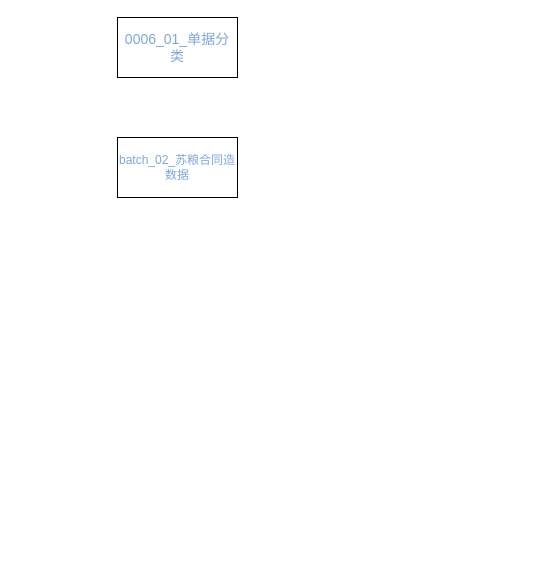
Before: page "第 1 页" (2 of 2) of TagTaskRelationship.drawio in Saiable/drawio, a draw.io diagram. Source tidied: cells renumbered, new cells numbered last; positions are measured from the earlier drawing's top-left corner, leaving out a move shared by most shapes. Both pictures are drawn from the tidied source at 100%, with x=0, y=0 at pixel (117, 17).
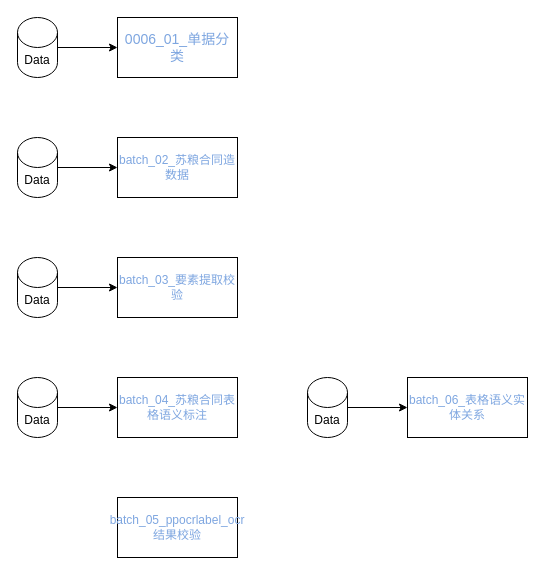
Above is the later version.

What changed in the source:
```diff
@@
 <mxGraphModel>
   <root>
     <mxCell id="0" />
     <mxCell id="1" parent="0" />
     <mxCell id="2" value="&lt;font style=&quot;font-size: 14px;&quot;&gt;0006_01_单据分类&lt;/font&gt;" style="rounded=0;whiteSpace=wrap;html=1;fontColor=#7EA6E0;" parent="1" vertex="1">
       <mxGeometry width="120" height="60" as="geometry" />
     </mxCell>
     <mxCell id="3" value="batch_02_苏粮合同造数据" style="rounded=0;whiteSpace=wrap;html=1;fontColor=#7EA6E0;" parent="1" vertex="1">
       <mxGeometry y="120" width="120" height="60" as="geometry" />
     </mxCell>
+    <mxCell id="4" value="batch_03_要素提取校验" style="rounded=0;whiteSpace=wrap;html=1;fontColor=#7EA6E0;" parent="1" vertex="1">
+      <mxGeometry y="240" width="120" height="60" as="geometry" />
+    </mxCell>
+    <mxCell id="5" style="edgeStyle=orthogonalEdgeStyle;rounded=0;jettySize=auto;html=1;" parent="1" edge="1" source="6" target="2">
+      <mxGeometry relative="1" as="geometry" />
+    </mxCell>
+    <mxCell id="6" value="Data" style="shape=cylinder3;whiteSpace=wrap;html=1;boundedLbl=1;backgroundOutline=1;size=15;" parent="1" vertex="1">
+      <mxGeometry x="-100" width="40" height="60" as="geometry" />
+    </mxCell>
+    <mxCell id="7" style="edgeStyle=orthogonalEdgeStyle;rounded=0;jettySize=auto;html=1;entryX=0;entryY=0.5;entryDx=0;entryDy=0;" parent="1" edge="1" source="8" target="3">
+      <mxGeometry relative="1" as="geometry" />
+    </mxCell>
+    <mxCell id="8" value="Data" style="shape=cylinder3;whiteSpace=wrap;html=1;boundedLbl=1;backgroundOutline=1;size=15;" parent="1" vertex="1">
+      <mxGeometry x="-100" y="120" width="40" height="60" as="geometry" />
+    </mxCell>
+    <mxCell id="9" style="edgeStyle=orthogonalEdgeStyle;rounded=0;jettySize=auto;html=1;" parent="1" edge="1" source="10" target="4">
+      <mxGeometry relative="1" as="geometry" />
+    </mxCell>
+    <mxCell id="10" value="Data" style="shape=cylinder3;whiteSpace=wrap;html=1;boundedLbl=1;backgroundOutline=1;size=15;" parent="1" vertex="1">
+      <mxGeometry x="-100" y="240" width="40" height="60" as="geometry" />
+    </mxCell>
+    <mxCell id="11" value="batch_04_苏粮合同表格语义标注" style="rounded=0;whiteSpace=wrap;html=1;fontColor=#7EA6E0;" parent="1" vertex="1">
+      <mxGeometry y="360" width="120" height="60" as="geometry" />
+    </mxCell>
+    <mxCell id="12" style="edgeStyle=orthogonalEdgeStyle;rounded=0;jettySize=auto;html=1;entryX=0;entryY=0.5;entryDx=0;entryDy=0;" parent="1" edge="1" source="13" target="11">
+      <mxGeometry relative="1" as="geometry" />
+    </mxCell>
+    <mxCell id="13" value="Data" style="shape=cylinder3;whiteSpace=wrap;html=1;boundedLbl=1;backgroundOutline=1;size=15;" parent="1" vertex="1">
+      <mxGeometry x="-100" y="360" width="40" height="60" as="geometry" />
+    </mxCell>
+    <mxCell id="14" value="batch_05_ppocrlabel_ocr结果校验" style="rounded=0;whiteSpace=wrap;html=1;fontColor=#7EA6E0;" parent="1" vertex="1">
+      <mxGeometry y="480" width="120" height="60" as="geometry" />
+    </mxCell>
+    <mxCell id="15" value="batch_06_表格语义实体关系" style="rounded=0;whiteSpace=wrap;html=1;fontColor=#7EA6E0;" parent="1" vertex="1">
+      <mxGeometry x="290" y="360" width="120" height="60" as="geometry" />
+    </mxCell>
+    <mxCell id="16" style="edgeStyle=orthogonalEdgeStyle;rounded=0;jettySize=auto;html=1;entryX=0;entryY=0.5;entryDx=0;entryDy=0;" parent="1" edge="1" source="17" target="15">
+      <mxGeometry relative="1" as="geometry" />
+    </mxCell>
+    <mxCell id="17" value="Data" style="shape=cylinder3;whiteSpace=wrap;html=1;boundedLbl=1;backgroundOutline=1;size=15;" parent="1" vertex="1">
+      <mxGeometry x="190" y="360" width="40" height="60" as="geometry" />
+    </mxCell>
   </root>
 </mxGraphModel>
```
